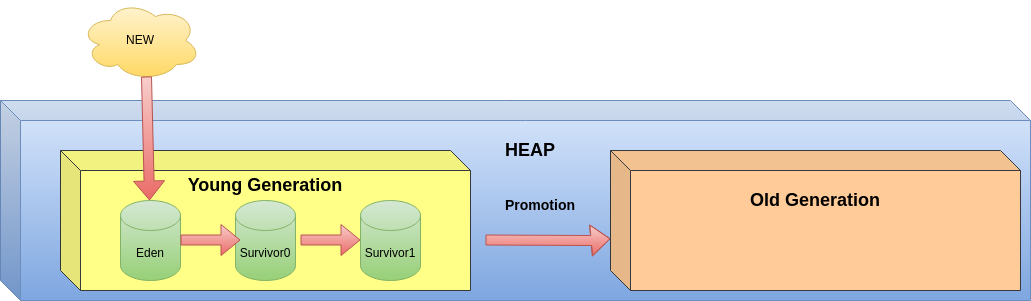
Before: notebooks/gcgeneration.png, a diagram exported from draw.io (mwwojcik/mw-gc-wizard). Source tidied: cells renumbered, new cells last; positions are measured from the earlier drawing's top-left corner, leaving out a move shared by most shapes. The source it was exported from:
```xml
<mxGraphModel>
  <root>
    <mxCell id="0" />
    <mxCell id="1" parent="0" />
    <mxCell id="2" style="shape=cube;whiteSpace=wrap;html=1;boundedLbl=1;backgroundOutline=1;darkOpacity=0.05;darkOpacity2=0.1;fillColor=#dae8fc;strokeColor=#6c8ebf;gradientColor=#7ea6e0;" parent="1" vertex="1">
      <mxGeometry y="100" width="1030" height="200" as="geometry" />
    </mxCell>
    <mxCell id="3" style="shape=cube;whiteSpace=wrap;html=1;boundedLbl=1;backgroundOutline=1;darkOpacity=0.05;darkOpacity2=0.1;fillColor=#ffff88;strokeColor=#36393d;" parent="1" vertex="1">
      <mxGeometry x="60" y="150" width="410" height="140" as="geometry" />
    </mxCell>
    <mxCell id="4" value="Eden" style="shape=cylinder3;whiteSpace=wrap;html=1;boundedLbl=1;backgroundOutline=1;size=15;fillColor=#d5e8d4;gradientColor=#97d077;strokeColor=#82b366;" parent="1" vertex="1">
      <mxGeometry x="120" y="200" width="60" height="80" as="geometry" />
    </mxCell>
    <mxCell id="5" style="shape=cube;whiteSpace=wrap;html=1;boundedLbl=1;backgroundOutline=1;darkOpacity=0.05;darkOpacity2=0.1;fillColor=#ffcc99;strokeColor=#36393d;" parent="1" vertex="1">
      <mxGeometry x="610" y="150" width="410" height="140" as="geometry" />
    </mxCell>
    <mxCell id="6" value="Survivor0" style="shape=cylinder3;whiteSpace=wrap;html=1;boundedLbl=1;backgroundOutline=1;size=15;fillColor=#d5e8d4;gradientColor=#97d077;strokeColor=#82b366;" parent="1" vertex="1">
      <mxGeometry x="235" y="200" width="60" height="80" as="geometry" />
    </mxCell>
    <mxCell id="7" value="Survivor1" style="shape=cylinder3;whiteSpace=wrap;html=1;boundedLbl=1;backgroundOutline=1;size=15;fillColor=#d5e8d4;gradientColor=#97d077;strokeColor=#82b366;" parent="1" vertex="1">
      <mxGeometry x="360" y="200" width="60" height="80" as="geometry" />
    </mxCell>
    <mxCell id="8" value="NEW" style="ellipse;shape=cloud;whiteSpace=wrap;html=1;fillColor=#fff2cc;gradientColor=#ffd966;strokeColor=#d6b656;" parent="1" vertex="1">
      <mxGeometry x="80" width="120" height="80" as="geometry" />
    </mxCell>
    <mxCell id="9" style="shape=flexArrow;endArrow=classic;html=1;rounded=0;exitX=0.55;exitY=0.95;exitDx=0;exitDy=0;exitPerimeter=0;fillColor=#f8cecc;gradientColor=#ea6b66;strokeColor=#b85450;" parent="1" edge="1" source="8" target="4">
      <mxGeometry relative="1" as="geometry" />
    </mxCell>
    <mxCell id="10" value="&lt;b&gt;&lt;font style=&quot;font-size: 18px;&quot;&gt;HEAP&lt;/font&gt;&lt;/b&gt;" style="text;html=1;strokeColor=none;fillColor=none;align=center;verticalAlign=middle;whiteSpace=wrap;rounded=0;" parent="1" vertex="1">
      <mxGeometry x="500" y="135" width="60" height="30" as="geometry" />
    </mxCell>
    <mxCell id="11" value="&lt;b&gt;&lt;font style=&quot;font-size: 18px;&quot;&gt;Old Generation&lt;/font&gt;&lt;/b&gt;" style="text;html=1;strokeColor=none;fillColor=none;align=center;verticalAlign=middle;whiteSpace=wrap;rounded=0;" parent="1" vertex="1">
      <mxGeometry x="730" y="185" width="170" height="30" as="geometry" />
    </mxCell>
    <mxCell id="12" value="&lt;b&gt;&lt;font style=&quot;font-size: 18px;&quot;&gt;Young Generation&lt;/font&gt;&lt;/b&gt;" style="text;html=1;strokeColor=none;fillColor=none;align=center;verticalAlign=middle;whiteSpace=wrap;rounded=0;" parent="1" vertex="1">
      <mxGeometry x="180" y="170" width="170" height="30" as="geometry" />
    </mxCell>
    <mxCell id="13" style="shape=flexArrow;endArrow=classic;html=1;rounded=0;exitX=0.55;exitY=0.95;exitDx=0;exitDy=0;exitPerimeter=0;fillColor=#f8cecc;gradientColor=#ea6b66;strokeColor=#b85450;" parent="1" edge="1">
      <mxGeometry relative="1" as="geometry">
        <mxPoint x="180" y="239.5" as="sourcePoint" />
        <mxPoint x="240" y="239.5" as="targetPoint" />
      </mxGeometry>
    </mxCell>
    <mxCell id="14" style="shape=flexArrow;endArrow=classic;html=1;rounded=0;exitX=0.55;exitY=0.95;exitDx=0;exitDy=0;exitPerimeter=0;fillColor=#f8cecc;gradientColor=#ea6b66;strokeColor=#b85450;" parent="1" edge="1">
      <mxGeometry relative="1" as="geometry">
        <mxPoint x="300" y="239.5" as="sourcePoint" />
        <mxPoint x="360" y="239.5" as="targetPoint" />
      </mxGeometry>
    </mxCell>
    <mxCell id="15" style="shape=flexArrow;endArrow=classic;html=1;rounded=0;exitX=0.55;exitY=0.95;exitDx=0;exitDy=0;exitPerimeter=0;fillColor=#f8cecc;gradientColor=#ea6b66;strokeColor=#b85450;" parent="1" edge="1" target="5">
      <mxGeometry relative="1" as="geometry">
        <mxPoint x="485" y="239.5" as="sourcePoint" />
        <Array as="points">
          <mxPoint x="590" y="240" />
        </Array>
      </mxGeometry>
    </mxCell>
    <mxCell id="16" value="&lt;b&gt;&lt;font style=&quot;font-size: 14px;&quot;&gt;Promotion&lt;/font&gt;&lt;/b&gt;" style="text;html=1;strokeColor=none;fillColor=none;align=center;verticalAlign=middle;whiteSpace=wrap;rounded=0;" parent="1" vertex="1">
      <mxGeometry x="510" y="190" width="60" height="30" as="geometry" />
    </mxCell>
  </root>
</mxGraphModel>
```
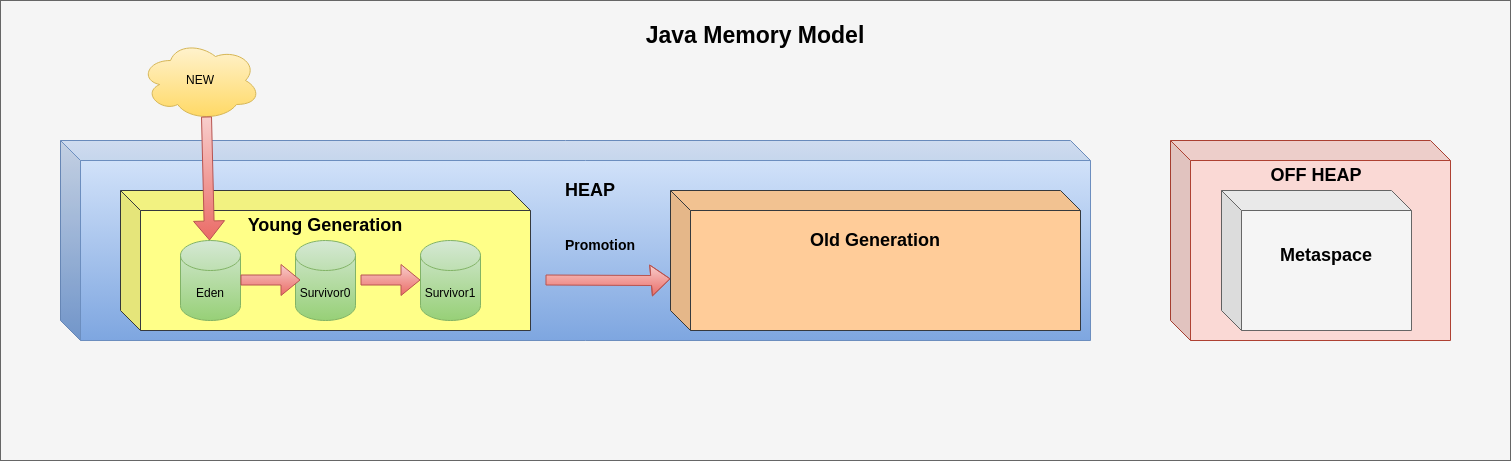
The same diagram one commit later.

Commit message:
memory model

Diff of the diagram source:
```diff
@@ -2,6 +2,12 @@
   <root>
     <mxCell id="0" />
     <mxCell id="1" parent="0" />
+    <mxCell id="17" style="rounded=0;whiteSpace=wrap;html=1;fillColor=#f5f5f5;fontColor=#333333;strokeColor=#666666;" parent="1" vertex="1">
+      <mxGeometry x="-60" y="-40" width="1510" height="460" as="geometry" />
+    </mxCell>
+    <mxCell id="18" style="shape=cube;whiteSpace=wrap;html=1;boundedLbl=1;backgroundOutline=1;darkOpacity=0.05;darkOpacity2=0.1;fillColor=#fad9d5;strokeColor=#ae4132;" parent="1" vertex="1">
+      <mxGeometry x="1110" y="100" width="280" height="200" as="geometry" />
+    </mxCell>
     <mxCell id="2" style="shape=cube;whiteSpace=wrap;html=1;boundedLbl=1;backgroundOutline=1;darkOpacity=0.05;darkOpacity2=0.1;fillColor=#dae8fc;strokeColor=#6c8ebf;gradientColor=#7ea6e0;" parent="1" vertex="1">
       <mxGeometry y="100" width="1030" height="200" as="geometry" />
     </mxCell>
@@ -58,5 +64,17 @@
     <mxCell id="16" value="&lt;b&gt;&lt;font style=&quot;font-size: 14px;&quot;&gt;Promotion&lt;/font&gt;&lt;/b&gt;" style="text;html=1;strokeColor=none;fillColor=none;align=center;verticalAlign=middle;whiteSpace=wrap;rounded=0;" parent="1" vertex="1">
       <mxGeometry x="510" y="190" width="60" height="30" as="geometry" />
     </mxCell>
+    <mxCell id="19" style="shape=cube;whiteSpace=wrap;html=1;boundedLbl=1;backgroundOutline=1;darkOpacity=0.05;darkOpacity2=0.1;fillColor=#f5f5f5;strokeColor=#666666;fontColor=#333333;" parent="1" vertex="1">
+      <mxGeometry x="1161" y="150" width="190" height="140" as="geometry" />
+    </mxCell>
+    <mxCell id="20" value="&lt;b&gt;&lt;font style=&quot;font-size: 18px;&quot;&gt;Metaspace&lt;/font&gt;&lt;/b&gt;" style="text;html=1;strokeColor=none;fillColor=none;align=center;verticalAlign=middle;whiteSpace=wrap;rounded=0;" parent="1" vertex="1">
+      <mxGeometry x="1181" y="200" width="170" height="30" as="geometry" />
+    </mxCell>
+    <mxCell id="21" value="&lt;b&gt;&lt;font style=&quot;font-size: 18px;&quot;&gt;OFF HEAP&lt;/font&gt;&lt;/b&gt;" style="text;html=1;strokeColor=none;fillColor=none;align=center;verticalAlign=middle;whiteSpace=wrap;rounded=0;" parent="1" vertex="1">
+      <mxGeometry x="1201" y="120" width="110" height="30" as="geometry" />
+    </mxCell>
+    <mxCell id="22" value="Java Memory Model" style="text;html=1;strokeColor=none;fillColor=none;align=center;verticalAlign=middle;whiteSpace=wrap;rounded=0;fontStyle=1;fontSize=23;" parent="1" vertex="1">
+      <mxGeometry x="570" y="-20" width="250" height="30" as="geometry" />
+    </mxCell>
   </root>
 </mxGraphModel>
```
